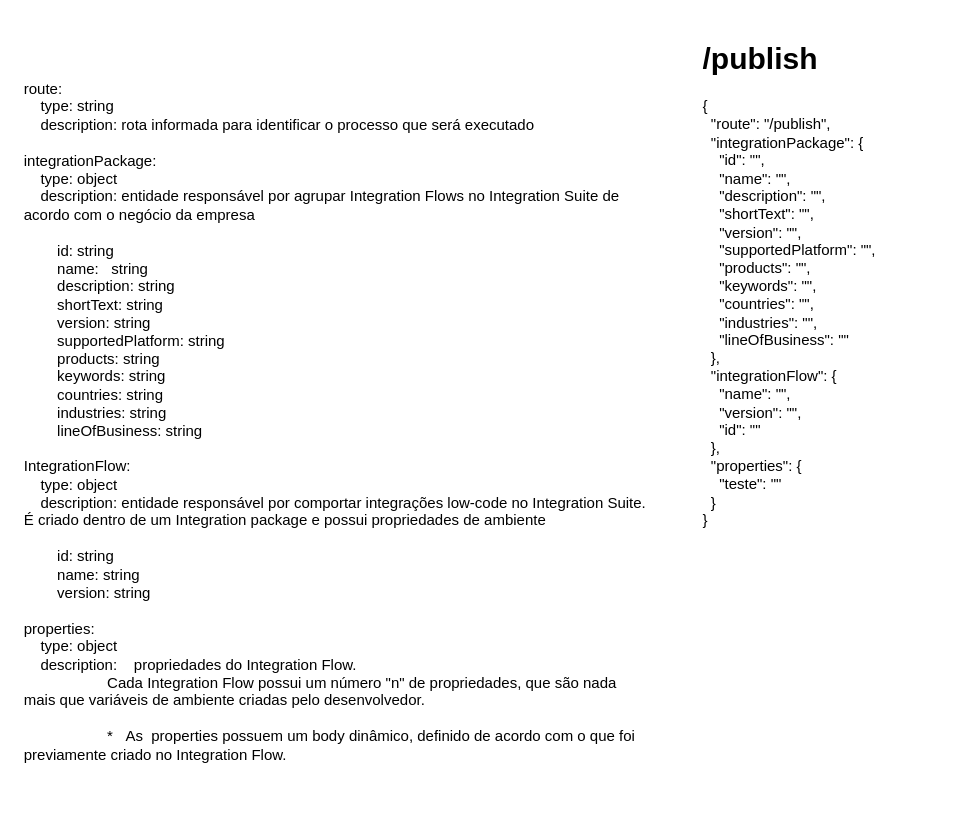
Above: page "Payload examples" (5 of 5) of cpi-publisher-diagram.drawio in gabriel-rodrigues-f/sap-cloud-integration-architectural-diagrams (draw.io), before the change. Source tidied: cells renumbered, new cells numbered last; positions are measured from the earlier drawing's top-left corner, leaving out a move shared by most shapes. Both pictures are drawn from the tidied source at 125%, with x=0, y=0 at pixel (21, 34).
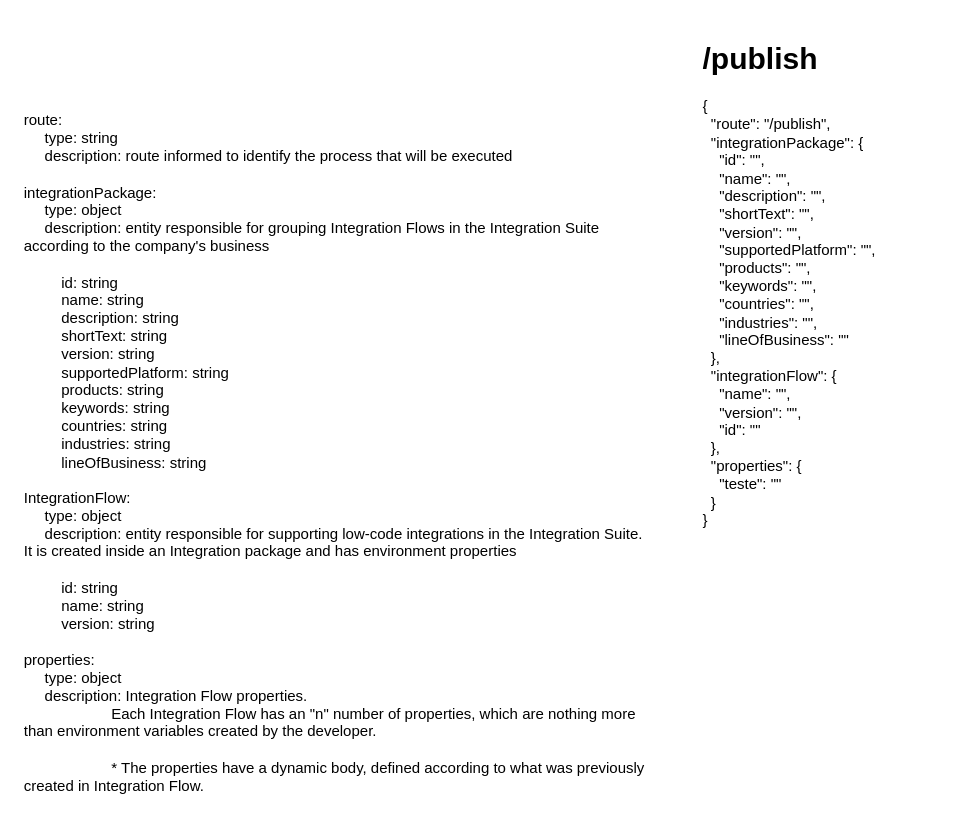
After the change.

The edit, as a diff of the source:
```diff
@@
 <mxGraphModel>
   <root>
     <mxCell id="0" />
     <mxCell id="1" parent="0" />
     <mxCell id="2" value="&lt;h1&gt;/publish&lt;/h1&gt;&lt;div style=&quot;border-color: var(--border-color);&quot;&gt;{&lt;br style=&quot;border-color: var(--border-color);&quot;&gt;&lt;/div&gt;&lt;div style=&quot;border-color: var(--border-color);&quot;&gt;&lt;div style=&quot;border-color: var(--border-color);&quot;&gt;&amp;nbsp; &quot;route&quot;: &quot;/publish&quot;,&lt;/div&gt;&lt;div style=&quot;border-color: var(--border-color);&quot;&gt;&amp;nbsp; &quot;integrationPackage&quot;: {&lt;/div&gt;&lt;div style=&quot;border-color: var(--border-color);&quot;&gt;&amp;nbsp; &amp;nbsp; &quot;id&quot;: &quot;&quot;,&lt;/div&gt;&lt;div style=&quot;border-color: var(--border-color);&quot;&gt;&amp;nbsp; &amp;nbsp; &quot;name&quot;: &quot;&quot;,&lt;/div&gt;&lt;div style=&quot;border-color: var(--border-color);&quot;&gt;&amp;nbsp; &amp;nbsp; &quot;description&quot;: &quot;&quot;,&lt;/div&gt;&lt;div style=&quot;border-color: var(--border-color);&quot;&gt;&amp;nbsp; &amp;nbsp; &quot;shortText&quot;: &quot;&quot;,&lt;/div&gt;&lt;div style=&quot;border-color: var(--border-color);&quot;&gt;&amp;nbsp; &amp;nbsp; &quot;version&quot;: &quot;&quot;,&lt;/div&gt;&lt;div style=&quot;border-color: var(--border-color);&quot;&gt;&amp;nbsp; &amp;nbsp; &quot;supportedPlatform&quot;: &quot;&quot;,&lt;/div&gt;&lt;div style=&quot;border-color: var(--border-color);&quot;&gt;&amp;nbsp; &amp;nbsp; &quot;products&quot;: &quot;&quot;,&lt;/div&gt;&lt;div style=&quot;border-color: var(--border-color);&quot;&gt;&amp;nbsp; &amp;nbsp; &quot;keywords&quot;: &quot;&quot;,&lt;/div&gt;&lt;div style=&quot;border-color: var(--border-color);&quot;&gt;&amp;nbsp; &amp;nbsp; &quot;countries&quot;: &quot;&quot;,&lt;/div&gt;&lt;div style=&quot;border-color: var(--border-color);&quot;&gt;&amp;nbsp; &amp;nbsp; &quot;industries&quot;: &quot;&quot;,&lt;/div&gt;&lt;div style=&quot;border-color: var(--border-color);&quot;&gt;&amp;nbsp; &amp;nbsp; &quot;lineOfBusiness&quot;: &quot;&quot;&lt;/div&gt;&lt;div style=&quot;border-color: var(--border-color);&quot;&gt;&amp;nbsp; },&lt;/div&gt;&lt;div style=&quot;border-color: var(--border-color);&quot;&gt;&amp;nbsp; &quot;integrationFlow&quot;: {&lt;/div&gt;&lt;div style=&quot;border-color: var(--border-color);&quot;&gt;&amp;nbsp; &amp;nbsp; &quot;name&quot;: &quot;&quot;,&lt;/div&gt;&lt;div style=&quot;border-color: var(--border-color);&quot;&gt;&amp;nbsp; &amp;nbsp; &quot;version&quot;: &quot;&quot;,&lt;/div&gt;&lt;div style=&quot;border-color: var(--border-color);&quot;&gt;&amp;nbsp; &amp;nbsp; &quot;id&quot;: &quot;&quot;&lt;/div&gt;&lt;div style=&quot;border-color: var(--border-color);&quot;&gt;&amp;nbsp; },&lt;/div&gt;&lt;div style=&quot;border-color: var(--border-color);&quot;&gt;&amp;nbsp; &quot;properties&quot;: {&lt;/div&gt;&lt;div style=&quot;border-color: var(--border-color);&quot;&gt;&amp;nbsp; &amp;nbsp; &quot;teste&quot;: &quot;&quot;&lt;/div&gt;&lt;div style=&quot;border-color: var(--border-color);&quot;&gt;&amp;nbsp; }&lt;/div&gt;&lt;div style=&quot;border-color: var(--border-color);&quot;&gt;}&lt;/div&gt;&lt;/div&gt;" style="text;html=1;strokeColor=none;fillColor=none;spacing=5;spacingTop=-20;whiteSpace=wrap;overflow=hidden;rounded=0;" parent="1" vertex="1">
       <mxGeometry x="540" width="210" height="400" as="geometry" />
     </mxCell>
-    <mxCell id="3" value="&lt;div&gt;route:&lt;/div&gt;&lt;div&gt;&amp;nbsp; &amp;nbsp; type: string&lt;/div&gt;&lt;div&gt;&amp;nbsp; &amp;nbsp; description: rota informada para identificar o processo que será executado&lt;/div&gt;&lt;div&gt;&lt;br&gt;&lt;/div&gt;&lt;div&gt;integrationPackage:&lt;/div&gt;&lt;div&gt;&amp;nbsp; &amp;nbsp; type: object&lt;/div&gt;&lt;div&gt;&amp;nbsp; &amp;nbsp; description: entidade responsável por agrupar Integration Flows no Integration Suite de acordo com o negócio da empresa&lt;/div&gt;&lt;div&gt;&lt;br&gt;&lt;/div&gt;&lt;div&gt;&amp;nbsp; &amp;nbsp; &amp;nbsp; &amp;nbsp; id: string&lt;/div&gt;&lt;div&gt;&amp;nbsp; &amp;nbsp; &amp;nbsp; &amp;nbsp; name:&amp;nbsp; &amp;nbsp;string&lt;/div&gt;&lt;div&gt;&amp;nbsp; &amp;nbsp; &amp;nbsp; &amp;nbsp; description: string&lt;/div&gt;&lt;div&gt;&amp;nbsp; &amp;nbsp; &amp;nbsp; &amp;nbsp; shortText: string&lt;/div&gt;&lt;div&gt;&amp;nbsp; &amp;nbsp; &amp;nbsp; &amp;nbsp; version: string&lt;/div&gt;&lt;div&gt;&amp;nbsp; &amp;nbsp; &amp;nbsp; &amp;nbsp; supportedPlatform: string&lt;/div&gt;&lt;div&gt;&amp;nbsp; &amp;nbsp; &amp;nbsp; &amp;nbsp; products: string&lt;/div&gt;&lt;div&gt;&amp;nbsp; &amp;nbsp; &amp;nbsp; &amp;nbsp; keywords: string&lt;/div&gt;&lt;div&gt;&amp;nbsp; &amp;nbsp; &amp;nbsp; &amp;nbsp; countries: string&lt;/div&gt;&lt;div&gt;&amp;nbsp; &amp;nbsp; &amp;nbsp; &amp;nbsp; industries: string&lt;/div&gt;&lt;div&gt;&amp;nbsp; &amp;nbsp; &amp;nbsp; &amp;nbsp; lineOfBusiness: string&lt;/div&gt;&lt;div&gt;&lt;br&gt;&lt;/div&gt;&lt;div&gt;IntegrationFlow:&lt;/div&gt;&lt;div&gt;&amp;nbsp; &amp;nbsp; type: object&lt;/div&gt;&lt;div&gt;&amp;nbsp; &amp;nbsp; description: entidade responsável por comportar integrações low-code no Integration Suite. É criado dentro de um Integration package e possui propriedades de ambiente&lt;/div&gt;&lt;div&gt;&lt;br&gt;&lt;/div&gt;&lt;div&gt;&amp;nbsp; &amp;nbsp; &amp;nbsp; &amp;nbsp; id: string&lt;/div&gt;&lt;div&gt;&amp;nbsp; &amp;nbsp; &amp;nbsp; &amp;nbsp; name: string&lt;/div&gt;&lt;div&gt;&amp;nbsp; &amp;nbsp; &amp;nbsp; &amp;nbsp; version: string&lt;/div&gt;&lt;div&gt;&lt;br&gt;&lt;/div&gt;&lt;div&gt;properties:&lt;/div&gt;&lt;div&gt;&amp;nbsp; &amp;nbsp; type: object&lt;/div&gt;&lt;div&gt;&amp;nbsp; &amp;nbsp; description:&amp;nbsp; &amp;nbsp; propriedades do Integration Flow.&lt;/div&gt;&lt;div&gt;&amp;nbsp; &amp;nbsp; &amp;nbsp; &amp;nbsp; &amp;nbsp; &amp;nbsp; &amp;nbsp; &amp;nbsp; &amp;nbsp; &amp;nbsp; Cada Integration Flow possui um número &quot;n&quot; de propriedades, que são nada mais que variáveis de ambiente criadas pelo desenvolvedor.&lt;/div&gt;&lt;div&gt;&lt;br&gt;&lt;/div&gt;&lt;div&gt;&amp;nbsp; &amp;nbsp; &amp;nbsp; &amp;nbsp; &amp;nbsp; &amp;nbsp; &amp;nbsp; &amp;nbsp; &amp;nbsp; &amp;nbsp; *&amp;nbsp; &amp;nbsp;As&amp;nbsp; properties possuem um body dinâmico, definido de acordo com o que foi previamente criado no Integration Flow.&lt;/div&gt;" style="text;html=1;strokeColor=none;fillColor=none;align=left;verticalAlign=middle;whiteSpace=wrap;rounded=0;" parent="1" vertex="1">
-      <mxGeometry y="10" width="500" height="600" as="geometry" />
+    <mxCell id="3" value="&lt;div&gt;route:&lt;/div&gt;&lt;div&gt;&amp;nbsp; &amp;nbsp; &amp;nbsp;type: string&lt;/div&gt;&lt;div&gt;&amp;nbsp; &amp;nbsp; &amp;nbsp;description: route informed to identify the process that will be executed&lt;/div&gt;&lt;div&gt;&lt;br&gt;&lt;/div&gt;&lt;div&gt;integrationPackage:&lt;/div&gt;&lt;div&gt;&amp;nbsp; &amp;nbsp; &amp;nbsp;type: object&lt;/div&gt;&lt;div&gt;&amp;nbsp; &amp;nbsp; &amp;nbsp;description: entity responsible for grouping Integration Flows in the Integration Suite according to the company's business&lt;/div&gt;&lt;div&gt;&lt;br&gt;&lt;/div&gt;&lt;div&gt;&amp;nbsp; &amp;nbsp; &amp;nbsp; &amp;nbsp; &amp;nbsp;id: string&lt;/div&gt;&lt;div&gt;&amp;nbsp; &amp;nbsp; &amp;nbsp; &amp;nbsp; &amp;nbsp;name: string&lt;/div&gt;&lt;div&gt;&amp;nbsp; &amp;nbsp; &amp;nbsp; &amp;nbsp; &amp;nbsp;description: string&lt;/div&gt;&lt;div&gt;&amp;nbsp; &amp;nbsp; &amp;nbsp; &amp;nbsp; &amp;nbsp;shortText: string&lt;/div&gt;&lt;div&gt;&amp;nbsp; &amp;nbsp; &amp;nbsp; &amp;nbsp; &amp;nbsp;version: string&lt;/div&gt;&lt;div&gt;&amp;nbsp; &amp;nbsp; &amp;nbsp; &amp;nbsp; &amp;nbsp;supportedPlatform: string&lt;/div&gt;&lt;div&gt;&amp;nbsp; &amp;nbsp; &amp;nbsp; &amp;nbsp; &amp;nbsp;products: string&lt;/div&gt;&lt;div&gt;&amp;nbsp; &amp;nbsp; &amp;nbsp; &amp;nbsp; &amp;nbsp;keywords: string&lt;/div&gt;&lt;div&gt;&amp;nbsp; &amp;nbsp; &amp;nbsp; &amp;nbsp; &amp;nbsp;countries: string&lt;/div&gt;&lt;div&gt;&amp;nbsp; &amp;nbsp; &amp;nbsp; &amp;nbsp; &amp;nbsp;industries: string&lt;/div&gt;&lt;div&gt;&amp;nbsp; &amp;nbsp; &amp;nbsp; &amp;nbsp; &amp;nbsp;lineOfBusiness: string&lt;/div&gt;&lt;div&gt;&lt;br&gt;&lt;/div&gt;&lt;div&gt;IntegrationFlow:&lt;/div&gt;&lt;div&gt;&amp;nbsp; &amp;nbsp; &amp;nbsp;type: object&lt;/div&gt;&lt;div&gt;&amp;nbsp; &amp;nbsp; &amp;nbsp;description: entity responsible for supporting low-code integrations in the Integration Suite. It is created inside an Integration package and has environment properties&lt;/div&gt;&lt;div&gt;&lt;br&gt;&lt;/div&gt;&lt;div&gt;&amp;nbsp; &amp;nbsp; &amp;nbsp; &amp;nbsp; &amp;nbsp;id: string&lt;/div&gt;&lt;div&gt;&amp;nbsp; &amp;nbsp; &amp;nbsp; &amp;nbsp; &amp;nbsp;name: string&lt;/div&gt;&lt;div&gt;&amp;nbsp; &amp;nbsp; &amp;nbsp; &amp;nbsp; &amp;nbsp;version: string&lt;/div&gt;&lt;div&gt;&lt;br&gt;&lt;/div&gt;&lt;div&gt;properties:&lt;/div&gt;&lt;div&gt;&amp;nbsp; &amp;nbsp; &amp;nbsp;type: object&lt;/div&gt;&lt;div&gt;&amp;nbsp; &amp;nbsp; &amp;nbsp;description: Integration Flow properties.&lt;/div&gt;&lt;div&gt;&amp;nbsp; &amp;nbsp; &amp;nbsp; &amp;nbsp; &amp;nbsp; &amp;nbsp; &amp;nbsp; &amp;nbsp; &amp;nbsp; &amp;nbsp; &amp;nbsp;Each Integration Flow has an &quot;n&quot; number of properties, which are nothing more than environment variables created by the developer.&lt;/div&gt;&lt;div&gt;&lt;br&gt;&lt;/div&gt;&lt;div&gt;&amp;nbsp; &amp;nbsp; &amp;nbsp; &amp;nbsp; &amp;nbsp; &amp;nbsp; &amp;nbsp; &amp;nbsp; &amp;nbsp; &amp;nbsp; &amp;nbsp;* The properties have a dynamic body, defined according to what was previously created in Integration Flow.&lt;/div&gt;" style="text;html=1;strokeColor=none;fillColor=none;align=left;verticalAlign=middle;whiteSpace=wrap;rounded=0;" parent="1" vertex="1">
+      <mxGeometry y="60" width="500" height="550" as="geometry" />
     </mxCell>
   </root>
 </mxGraphModel>
```
